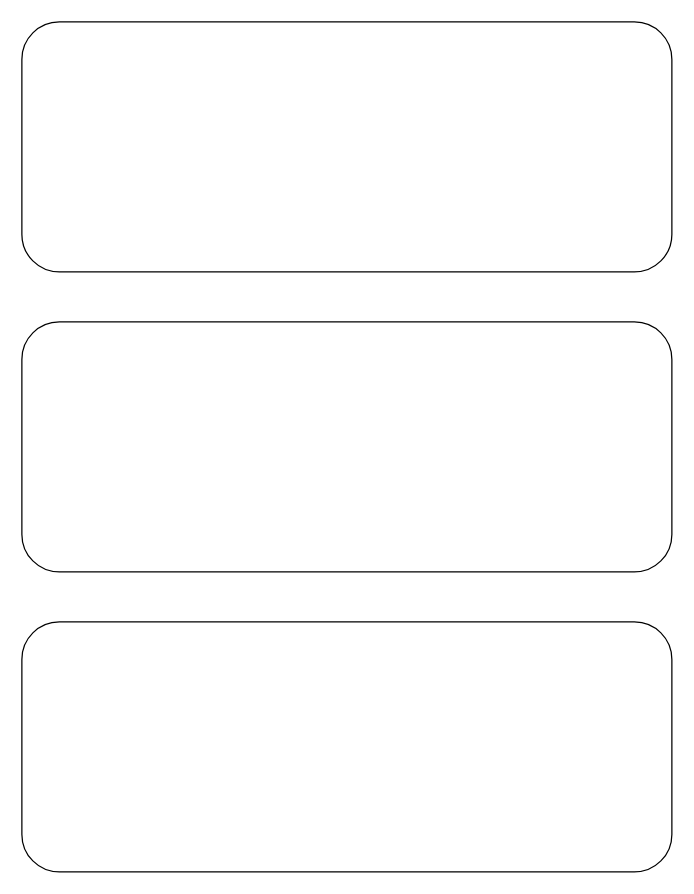
Before: supportDiagram.drawio in kosykt/WeatherTestMVVM, a draw.io diagram. Source tidied: cells renumbered, new cells numbered last; positions are measured from the earlier drawing's top-left corner, leaving out a move shared by most shapes. Both pictures are drawn from the tidied source at 125%, with x=0, y=0 at pixel (21, 21).
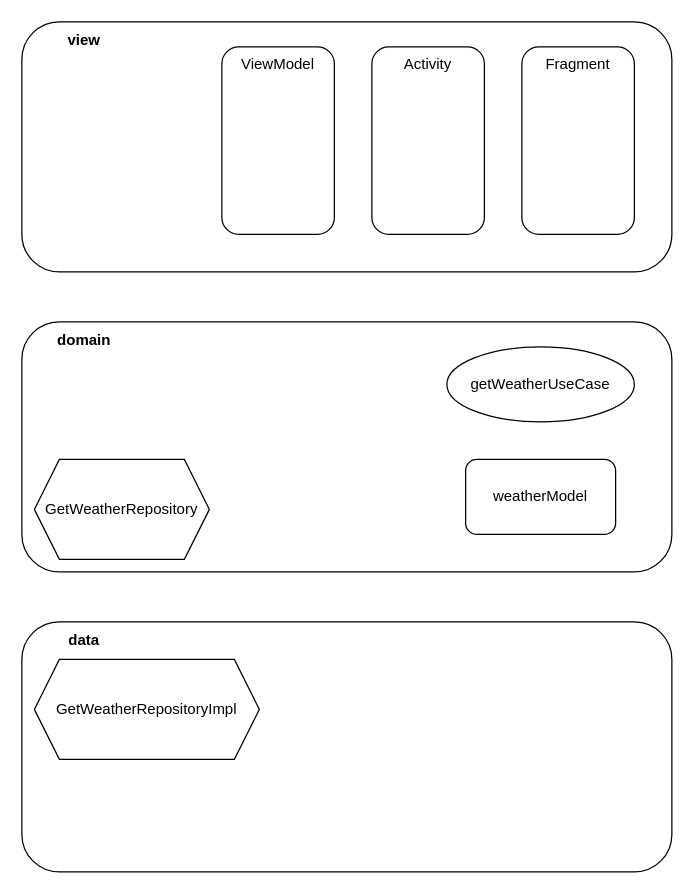
Above is the later version.

Diff of the diagram source:
```diff
@@
 <mxGraphModel>
   <root>
     <mxCell id="0" />
     <mxCell id="1" parent="0" />
     <mxCell id="2" style="rounded=1;whiteSpace=wrap;html=1;" parent="1" vertex="1">
       <mxGeometry width="520" height="200" as="geometry" />
     </mxCell>
     <mxCell id="3" style="rounded=1;whiteSpace=wrap;html=1;" parent="1" vertex="1">
       <mxGeometry y="240" width="520" height="200" as="geometry" />
     </mxCell>
     <mxCell id="4" style="rounded=1;whiteSpace=wrap;html=1;" parent="1" vertex="1">
       <mxGeometry y="480" width="520" height="200" as="geometry" />
     </mxCell>
+    <mxCell id="5" value="view" style="text;html=1;strokeColor=none;fillColor=none;align=center;verticalAlign=middle;whiteSpace=wrap;rounded=0;fontStyle=1;" parent="1" vertex="1">
+      <mxGeometry x="20" width="60" height="30" as="geometry" />
+    </mxCell>
+    <mxCell id="6" value="domain" style="text;html=1;strokeColor=none;fillColor=none;align=center;verticalAlign=middle;whiteSpace=wrap;rounded=0;fontStyle=1;" parent="1" vertex="1">
+      <mxGeometry x="20" y="240" width="60" height="30" as="geometry" />
+    </mxCell>
+    <mxCell id="7" value="data" style="text;html=1;strokeColor=none;fillColor=none;align=center;verticalAlign=middle;whiteSpace=wrap;rounded=0;fontStyle=1;" parent="1" vertex="1">
+      <mxGeometry x="20" y="480" width="60" height="30" as="geometry" />
+    </mxCell>
+    <mxCell id="8" value="Activity" style="rounded=1;whiteSpace=wrap;html=1;verticalAlign=top;" parent="1" vertex="1">
+      <mxGeometry x="280" y="20" width="90" height="150" as="geometry" />
+    </mxCell>
+    <mxCell id="9" value="Fragment" style="rounded=1;whiteSpace=wrap;html=1;verticalAlign=top;" parent="1" vertex="1">
+      <mxGeometry x="400" y="20" width="90" height="150" as="geometry" />
+    </mxCell>
+    <mxCell id="10" value="ViewModel" style="rounded=1;whiteSpace=wrap;html=1;verticalAlign=top;" parent="1" vertex="1">
+      <mxGeometry x="160" y="20" width="90" height="150" as="geometry" />
+    </mxCell>
+    <mxCell id="11" value="getWeatherUseCase" style="ellipse;whiteSpace=wrap;html=1;verticalAlign=middle;" parent="1" vertex="1">
+      <mxGeometry x="340" y="260" width="150" height="60" as="geometry" />
+    </mxCell>
+    <mxCell id="12" value="weatherModel" style="rounded=1;whiteSpace=wrap;html=1;verticalAlign=middle;" parent="1" vertex="1">
+      <mxGeometry x="355" y="350" width="120" height="60" as="geometry" />
+    </mxCell>
+    <mxCell id="13" value="GetWeatherRepository" style="shape=hexagon;perimeter=hexagonPerimeter2;whiteSpace=wrap;html=1;fixedSize=1;verticalAlign=middle;" parent="1" vertex="1">
+      <mxGeometry x="10" y="350" width="140" height="80" as="geometry" />
+    </mxCell>
+    <mxCell id="14" value="GetWeatherRepositoryImpl" style="shape=hexagon;perimeter=hexagonPerimeter2;whiteSpace=wrap;html=1;fixedSize=1;verticalAlign=middle;" parent="1" vertex="1">
+      <mxGeometry x="10" y="510" width="180" height="80" as="geometry" />
+    </mxCell>
   </root>
 </mxGraphModel>
```
